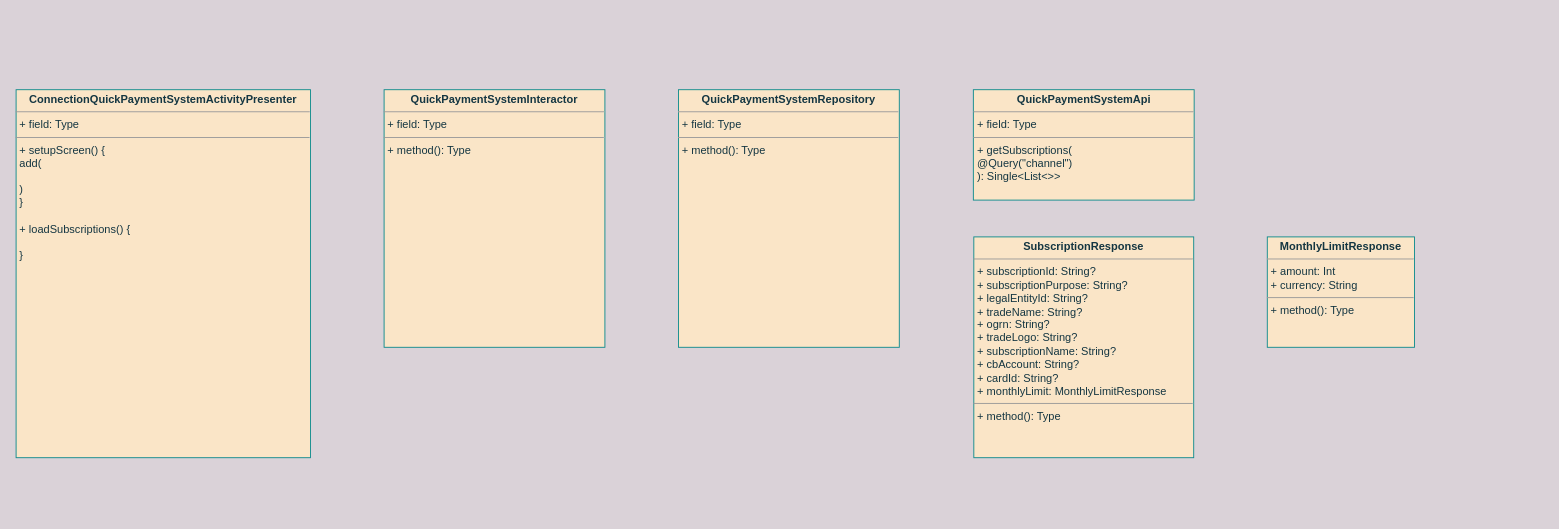
ShiryaevNikolay/diagrams keeps this draw.io diagram as UNI-16880.drawio. Above is the earlier version. Source tidied: cells renumbered, new cells numbered last; positions are measured from the earlier drawing's top-left corner, leaving out a move shared by most shapes. Both pictures are drawn from the tidied source at 92%, with x=0, y=0 at pixel (16, 89).
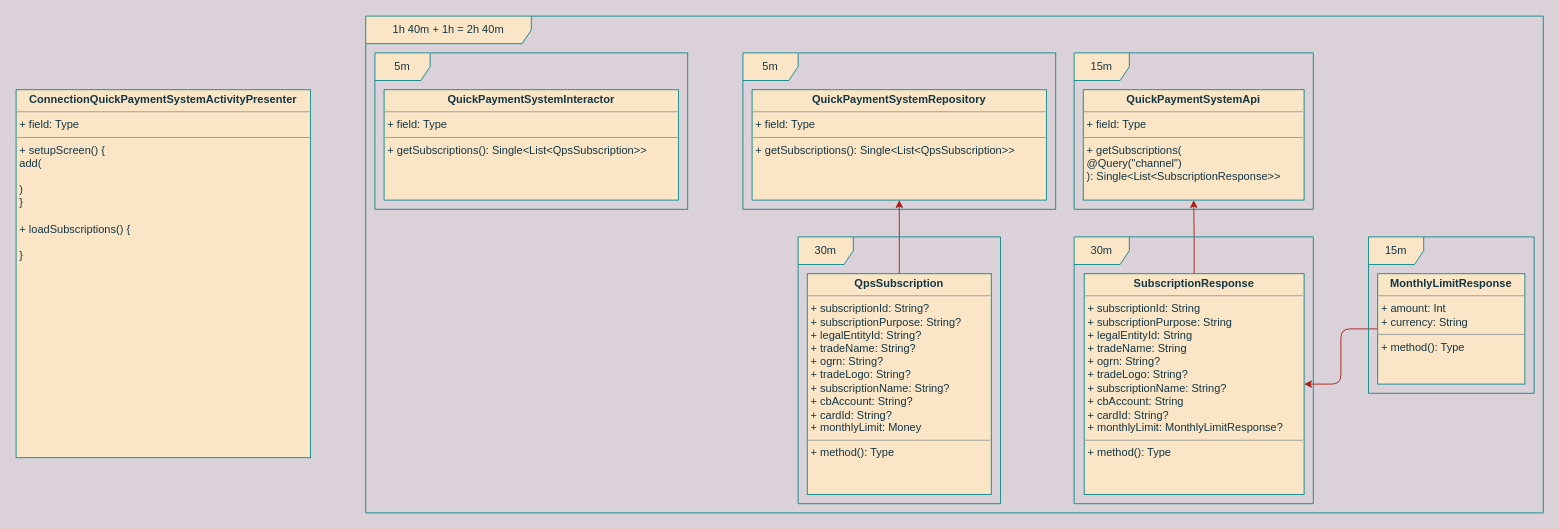
After the change.

Diff of the diagram source:
```diff
@@
 <mxGraphModel background="#DAD2D8">
   <root>
     <mxCell id="0" />
     <mxCell id="1" parent="0" />
     <mxCell id="2" value="&lt;p style=&quot;margin:0px;margin-top:4px;text-align:center;&quot;&gt;&lt;b&gt;ConnectionQuickPaymentSystemActivityPresenter&lt;/b&gt;&lt;/p&gt;&lt;hr size=&quot;1&quot;&gt;&lt;p style=&quot;margin:0px;margin-left:4px;&quot;&gt;+ field: Type&lt;/p&gt;&lt;hr size=&quot;1&quot;&gt;&lt;p style=&quot;margin:0px;margin-left:4px;&quot;&gt;+ setupScreen() {&lt;/p&gt;&lt;p style=&quot;margin:0px;margin-left:4px;&quot;&gt;add(&lt;/p&gt;&lt;p style=&quot;margin:0px;margin-left:4px;&quot;&gt;&lt;br&gt;&lt;/p&gt;&lt;p style=&quot;margin:0px;margin-left:4px;&quot;&gt;)&lt;br&gt;&lt;/p&gt;&lt;p style=&quot;margin:0px;margin-left:4px;&quot;&gt;}&lt;/p&gt;&lt;p style=&quot;margin:0px;margin-left:4px;&quot;&gt;&lt;br&gt;&lt;/p&gt;&lt;p style=&quot;margin:0px;margin-left:4px;&quot;&gt;+ loadSubscriptions() {&lt;/p&gt;&lt;p style=&quot;margin:0px;margin-left:4px;&quot;&gt;&lt;br&gt;&lt;/p&gt;&lt;p style=&quot;margin:0px;margin-left:4px;&quot;&gt;}&lt;br&gt;&lt;/p&gt;" style="verticalAlign=top;align=left;overflow=fill;fontSize=12;fontFamily=Helvetica;html=1;rounded=0;sketch=0;fontColor=#143642;strokeColor=#0F8B8D;fillColor=#FAE5C7;" parent="1" vertex="1">
       <mxGeometry width="320" height="400" as="geometry" />
     </mxCell>
-    <mxCell id="3" value="&lt;p style=&quot;margin:0px;margin-top:4px;text-align:center;&quot;&gt;&lt;b&gt;QuickPaymentSystemInteractor&lt;/b&gt;&lt;/p&gt;&lt;hr size=&quot;1&quot;&gt;&lt;p style=&quot;margin:0px;margin-left:4px;&quot;&gt;+ field: Type&lt;/p&gt;&lt;hr size=&quot;1&quot;&gt;&lt;p style=&quot;margin:0px;margin-left:4px;&quot;&gt;+ method(): Type&lt;/p&gt;" style="verticalAlign=top;align=left;overflow=fill;fontSize=12;fontFamily=Helvetica;html=1;rounded=0;sketch=0;fontColor=#143642;strokeColor=#0F8B8D;fillColor=#FAE5C7;" parent="1" vertex="1">
-      <mxGeometry x="400" width="240" height="280" as="geometry" />
+    <mxCell id="3" value="&lt;p style=&quot;margin:0px;margin-top:4px;text-align:center;&quot;&gt;&lt;b&gt;QuickPaymentSystemInteractor&lt;/b&gt;&lt;/p&gt;&lt;hr size=&quot;1&quot;&gt;&lt;p style=&quot;margin:0px;margin-left:4px;&quot;&gt;+ field: Type&lt;/p&gt;&lt;hr size=&quot;1&quot;&gt;&lt;p style=&quot;margin:0px;margin-left:4px;&quot;&gt;+ getSubscriptions(): Single&amp;lt;List&amp;lt;QpsSubscription&amp;gt;&amp;gt;&lt;br&gt;&lt;/p&gt;" style="verticalAlign=top;align=left;overflow=fill;fontSize=12;fontFamily=Helvetica;html=1;rounded=0;sketch=0;fontColor=#143642;strokeColor=#0F8B8D;fillColor=#FAE5C7;" parent="1" vertex="1">
+      <mxGeometry x="400" width="320" height="120" as="geometry" />
     </mxCell>
-    <mxCell id="4" value="&lt;p style=&quot;margin:0px;margin-top:4px;text-align:center;&quot;&gt;&lt;b&gt;QuickPaymentSystemRepository&lt;/b&gt;&lt;/p&gt;&lt;hr size=&quot;1&quot;&gt;&lt;p style=&quot;margin:0px;margin-left:4px;&quot;&gt;+ field: Type&lt;/p&gt;&lt;hr size=&quot;1&quot;&gt;&lt;p style=&quot;margin:0px;margin-left:4px;&quot;&gt;+ method(): Type&lt;/p&gt;" style="verticalAlign=top;align=left;overflow=fill;fontSize=12;fontFamily=Helvetica;html=1;rounded=0;sketch=0;fontColor=#143642;strokeColor=#0F8B8D;fillColor=#FAE5C7;" parent="1" vertex="1">
-      <mxGeometry x="720" width="240" height="280" as="geometry" />
+    <mxCell id="4" value="&lt;p style=&quot;margin:0px;margin-top:4px;text-align:center;&quot;&gt;&lt;b&gt;QuickPaymentSystemRepository&lt;/b&gt;&lt;/p&gt;&lt;hr size=&quot;1&quot;&gt;&lt;p style=&quot;margin:0px;margin-left:4px;&quot;&gt;+ field: Type&lt;/p&gt;&lt;hr size=&quot;1&quot;&gt;&lt;p style=&quot;margin:0px;margin-left:4px;&quot;&gt;+ getSubscriptions(): Single&amp;lt;List&amp;lt;QpsSubscription&amp;gt;&amp;gt;&lt;br&gt;&lt;/p&gt;" style="verticalAlign=top;align=left;overflow=fill;fontSize=12;fontFamily=Helvetica;html=1;rounded=0;sketch=0;fontColor=#143642;strokeColor=#0F8B8D;fillColor=#FAE5C7;" parent="1" vertex="1">
+      <mxGeometry x="800" width="320" height="120" as="geometry" />
     </mxCell>
-    <mxCell id="5" value="&lt;p style=&quot;margin:0px;margin-top:4px;text-align:center;&quot;&gt;&lt;b&gt;QuickPaymentSystemApi&lt;/b&gt;&lt;/p&gt;&lt;hr size=&quot;1&quot;&gt;&lt;p style=&quot;margin:0px;margin-left:4px;&quot;&gt;+ field: Type&lt;/p&gt;&lt;hr size=&quot;1&quot;&gt;&lt;p style=&quot;margin:0px;margin-left:4px;&quot;&gt;+ getSubscriptions(&lt;/p&gt;&lt;p style=&quot;margin:0px;margin-left:4px;&quot;&gt;@Query(&quot;channel&quot;)&lt;/p&gt;&lt;p style=&quot;margin:0px;margin-left:4px;&quot;&gt;): Single&amp;lt;List&amp;lt;&amp;gt;&amp;gt;&lt;/p&gt;" style="verticalAlign=top;align=left;overflow=fill;fontSize=12;fontFamily=Helvetica;html=1;rounded=0;sketch=0;fontColor=#143642;strokeColor=#0F8B8D;fillColor=#FAE5C7;" parent="1" vertex="1">
-      <mxGeometry x="1040.5" width="240" height="120" as="geometry" />
+    <mxCell id="5" value="&lt;p style=&quot;margin:0px;margin-top:4px;text-align:center;&quot;&gt;&lt;b&gt;QuickPaymentSystemApi&lt;/b&gt;&lt;/p&gt;&lt;hr size=&quot;1&quot;&gt;&lt;p style=&quot;margin:0px;margin-left:4px;&quot;&gt;+ field: Type&lt;/p&gt;&lt;hr size=&quot;1&quot;&gt;&lt;p style=&quot;margin:0px;margin-left:4px;&quot;&gt;+ getSubscriptions(&lt;/p&gt;&lt;p style=&quot;margin:0px;margin-left:4px;&quot;&gt;@Query(&quot;channel&quot;)&lt;/p&gt;&lt;p style=&quot;margin:0px;margin-left:4px;&quot;&gt;): Single&amp;lt;List&amp;lt;SubscriptionResponse&amp;gt;&amp;gt;&lt;/p&gt;" style="verticalAlign=top;align=left;overflow=fill;fontSize=12;fontFamily=Helvetica;html=1;rounded=0;sketch=0;fontColor=#143642;strokeColor=#0F8B8D;fillColor=#FAE5C7;" parent="1" vertex="1">
+      <mxGeometry x="1160" width="240" height="120" as="geometry" />
     </mxCell>
+    <mxCell id="8" style="edgeStyle=orthogonalEdgeStyle;curved=0;rounded=1;sketch=0;jettySize=auto;html=1;fontColor=#143642;strokeColor=#A8201A;fillColor=#FAE5C7;" parent="1" edge="1" source="6" target="5">
+      <mxGeometry relative="1" as="geometry" />
+    </mxCell>
-    <mxCell id="6" value="&lt;p style=&quot;margin:0px;margin-top:4px;text-align:center;&quot;&gt;&lt;b&gt;SubscriptionResponse&lt;/b&gt;&lt;/p&gt;&lt;hr size=&quot;1&quot;&gt;&lt;p style=&quot;margin:0px;margin-left:4px;&quot;&gt;+ subscriptionId: String?&lt;/p&gt;&lt;p style=&quot;margin:0px;margin-left:4px;&quot;&gt;+ subscriptionPurpose: String?&lt;/p&gt;&lt;p style=&quot;margin:0px;margin-left:4px;&quot;&gt;+ legalEntityId: String?&lt;/p&gt;&lt;p style=&quot;margin:0px;margin-left:4px;&quot;&gt;+ tradeName: String?&lt;/p&gt;&lt;p style=&quot;margin:0px;margin-left:4px;&quot;&gt;+ ogrn: String?&lt;/p&gt;&lt;p style=&quot;margin:0px;margin-left:4px;&quot;&gt;+ tradeLogo: String?&lt;/p&gt;&lt;p style=&quot;margin:0px;margin-left:4px;&quot;&gt;+ subscriptionName: String?&lt;/p&gt;&lt;p style=&quot;margin:0px;margin-left:4px;&quot;&gt;+ cbAccount: String?&lt;/p&gt;&lt;p style=&quot;margin:0px;margin-left:4px;&quot;&gt;+ cardId: String?&lt;/p&gt;&lt;p style=&quot;margin:0px;margin-left:4px;&quot;&gt;+ monthlyLimit: MonthlyLimitResponse&lt;br&gt;&lt;/p&gt;&lt;hr size=&quot;1&quot;&gt;&lt;p style=&quot;margin:0px;margin-left:4px;&quot;&gt;+ method(): Type&lt;/p&gt;" style="verticalAlign=top;align=left;overflow=fill;fontSize=12;fontFamily=Helvetica;html=1;rounded=0;sketch=0;fontColor=#143642;strokeColor=#0F8B8D;fillColor=#FAE5C7;" parent="1" vertex="1">
-      <mxGeometry x="1041" y="160" width="239" height="240" as="geometry" />
+    <mxCell id="6" value="&lt;p style=&quot;margin:0px;margin-top:4px;text-align:center;&quot;&gt;&lt;b&gt;SubscriptionResponse&lt;/b&gt;&lt;/p&gt;&lt;hr size=&quot;1&quot;&gt;&lt;p style=&quot;margin:0px;margin-left:4px;&quot;&gt;+ subscriptionId: String&lt;/p&gt;&lt;p style=&quot;margin:0px;margin-left:4px;&quot;&gt;+ subscriptionPurpose: String&lt;/p&gt;&lt;p style=&quot;margin:0px;margin-left:4px;&quot;&gt;+ legalEntityId: String&lt;/p&gt;&lt;p style=&quot;margin:0px;margin-left:4px;&quot;&gt;+ tradeName: String&lt;/p&gt;&lt;p style=&quot;margin:0px;margin-left:4px;&quot;&gt;+ ogrn: String?&lt;/p&gt;&lt;p style=&quot;margin:0px;margin-left:4px;&quot;&gt;+ tradeLogo: String?&lt;/p&gt;&lt;p style=&quot;margin:0px;margin-left:4px;&quot;&gt;+ subscriptionName: String?&lt;/p&gt;&lt;p style=&quot;margin:0px;margin-left:4px;&quot;&gt;+ cbAccount: String&lt;/p&gt;&lt;p style=&quot;margin:0px;margin-left:4px;&quot;&gt;+ cardId: String?&lt;/p&gt;&lt;p style=&quot;margin:0px;margin-left:4px;&quot;&gt;+ monthlyLimit: MonthlyLimitResponse?&lt;br&gt;&lt;/p&gt;&lt;hr size=&quot;1&quot;&gt;&lt;p style=&quot;margin:0px;margin-left:4px;&quot;&gt;+ method(): Type&lt;/p&gt;" style="verticalAlign=top;align=left;overflow=fill;fontSize=12;fontFamily=Helvetica;html=1;rounded=0;sketch=0;fontColor=#143642;strokeColor=#0F8B8D;fillColor=#FAE5C7;" parent="1" vertex="1">
+      <mxGeometry x="1161" y="200" width="239" height="240" as="geometry" />
     </mxCell>
+    <mxCell id="9" style="edgeStyle=orthogonalEdgeStyle;curved=0;rounded=1;sketch=0;jettySize=auto;html=1;fontColor=#143642;strokeColor=#A8201A;fillColor=#FAE5C7;" parent="1" edge="1" source="7" target="6">
+      <mxGeometry relative="1" as="geometry" />
+    </mxCell>
     <mxCell id="7" value="&lt;p style=&quot;margin:0px;margin-top:4px;text-align:center;&quot;&gt;&lt;b&gt;MonthlyLimitResponse&lt;/b&gt;&lt;/p&gt;&lt;hr size=&quot;1&quot;&gt;&lt;p style=&quot;margin:0px;margin-left:4px;&quot;&gt;+ amount: Int&lt;/p&gt;&lt;p style=&quot;margin:0px;margin-left:4px;&quot;&gt;+ currency: String&lt;br&gt;&lt;/p&gt;&lt;hr size=&quot;1&quot;&gt;&lt;p style=&quot;margin:0px;margin-left:4px;&quot;&gt;+ method(): Type&lt;/p&gt;" style="verticalAlign=top;align=left;overflow=fill;fontSize=12;fontFamily=Helvetica;html=1;rounded=0;sketch=0;fontColor=#143642;strokeColor=#0F8B8D;fillColor=#FAE5C7;" parent="1" vertex="1">
-      <mxGeometry x="1360" y="160" width="160" height="120" as="geometry" />
+      <mxGeometry x="1480" y="200" width="160" height="120" as="geometry" />
     </mxCell>
+    <mxCell id="10" style="edgeStyle=orthogonalEdgeStyle;curved=0;rounded=1;sketch=0;jettySize=auto;html=1;fontColor=#143642;strokeColor=#A8201A;fillColor=#FAE5C7;" parent="1" edge="1" source="11" target="4">
+      <mxGeometry relative="1" as="geometry" />
+    </mxCell>
+    <mxCell id="11" value="&lt;p style=&quot;margin:0px;margin-top:4px;text-align:center;&quot;&gt;&lt;b&gt;QpsSubscription&lt;/b&gt;&lt;/p&gt;&lt;hr size=&quot;1&quot;&gt;&lt;p style=&quot;margin:0px;margin-left:4px;&quot;&gt;+ subscriptionId: String?&lt;/p&gt;&lt;p style=&quot;margin:0px;margin-left:4px;&quot;&gt;+ subscriptionPurpose: String?&lt;/p&gt;&lt;p style=&quot;margin:0px;margin-left:4px;&quot;&gt;+ legalEntityId: String?&lt;/p&gt;&lt;p style=&quot;margin:0px;margin-left:4px;&quot;&gt;+ tradeName: String?&lt;/p&gt;&lt;p style=&quot;margin:0px;margin-left:4px;&quot;&gt;+ ogrn: String?&lt;/p&gt;&lt;p style=&quot;margin:0px;margin-left:4px;&quot;&gt;+ tradeLogo: String?&lt;/p&gt;&lt;p style=&quot;margin:0px;margin-left:4px;&quot;&gt;+ subscriptionName: String?&lt;/p&gt;&lt;p style=&quot;margin:0px;margin-left:4px;&quot;&gt;+ cbAccount: String?&lt;/p&gt;&lt;p style=&quot;margin:0px;margin-left:4px;&quot;&gt;+ cardId: String?&lt;/p&gt;&lt;p style=&quot;margin:0px;margin-left:4px;&quot;&gt;+ monthlyLimit: Money&lt;br&gt;&lt;/p&gt;&lt;hr size=&quot;1&quot;&gt;&lt;p style=&quot;margin:0px;margin-left:4px;&quot;&gt;+ method(): Type&lt;/p&gt;" style="verticalAlign=top;align=left;overflow=fill;fontSize=12;fontFamily=Helvetica;html=1;rounded=0;sketch=0;fontColor=#143642;strokeColor=#0F8B8D;fillColor=#FAE5C7;" parent="1" vertex="1">
+      <mxGeometry x="860" y="200" width="200" height="240" as="geometry" />
+    </mxCell>
+    <mxCell id="12" value="5m" style="shape=umlFrame;whiteSpace=wrap;html=1;rounded=0;sketch=0;fontColor=#143642;strokeColor=#0F8B8D;fillColor=#FAE5C7;" parent="1" vertex="1">
+      <mxGeometry x="390" y="-40" width="340" height="170" as="geometry" />
+    </mxCell>
+    <mxCell id="13" value="5m" style="shape=umlFrame;whiteSpace=wrap;html=1;rounded=0;sketch=0;fontColor=#143642;strokeColor=#0F8B8D;fillColor=#FAE5C7;" parent="1" vertex="1">
+      <mxGeometry x="790" y="-40" width="340" height="170" as="geometry" />
+    </mxCell>
+    <mxCell id="14" value="30m" style="shape=umlFrame;whiteSpace=wrap;html=1;rounded=0;sketch=0;fontColor=#143642;strokeColor=#0F8B8D;fillColor=#FAE5C7;" parent="1" vertex="1">
+      <mxGeometry x="850" y="160" width="220" height="290" as="geometry" />
+    </mxCell>
+    <mxCell id="15" value="15m" style="shape=umlFrame;whiteSpace=wrap;html=1;rounded=0;sketch=0;fontColor=#143642;strokeColor=#0F8B8D;fillColor=#FAE5C7;" parent="1" vertex="1">
+      <mxGeometry x="1150" y="-40" width="260" height="170" as="geometry" />
+    </mxCell>
+    <mxCell id="16" value="30m" style="shape=umlFrame;whiteSpace=wrap;html=1;rounded=0;sketch=0;fontColor=#143642;strokeColor=#0F8B8D;fillColor=#FAE5C7;" parent="1" vertex="1">
+      <mxGeometry x="1150" y="160" width="260" height="290" as="geometry" />
+    </mxCell>
+    <mxCell id="17" value="15m" style="shape=umlFrame;whiteSpace=wrap;html=1;rounded=0;sketch=0;fontColor=#143642;strokeColor=#0F8B8D;fillColor=#FAE5C7;" parent="1" vertex="1">
+      <mxGeometry x="1470" y="160" width="180" height="170" as="geometry" />
+    </mxCell>
+    <mxCell id="18" value="1h 40m + 1h = 2h 40m" style="shape=umlFrame;whiteSpace=wrap;html=1;rounded=0;sketch=0;fontColor=#143642;strokeColor=#0F8B8D;fillColor=#FAE5C7;width=180;height=30;" parent="1" vertex="1">
+      <mxGeometry x="380" y="-80" width="1280" height="540" as="geometry" />
+    </mxCell>
   </root>
 </mxGraphModel>
```
